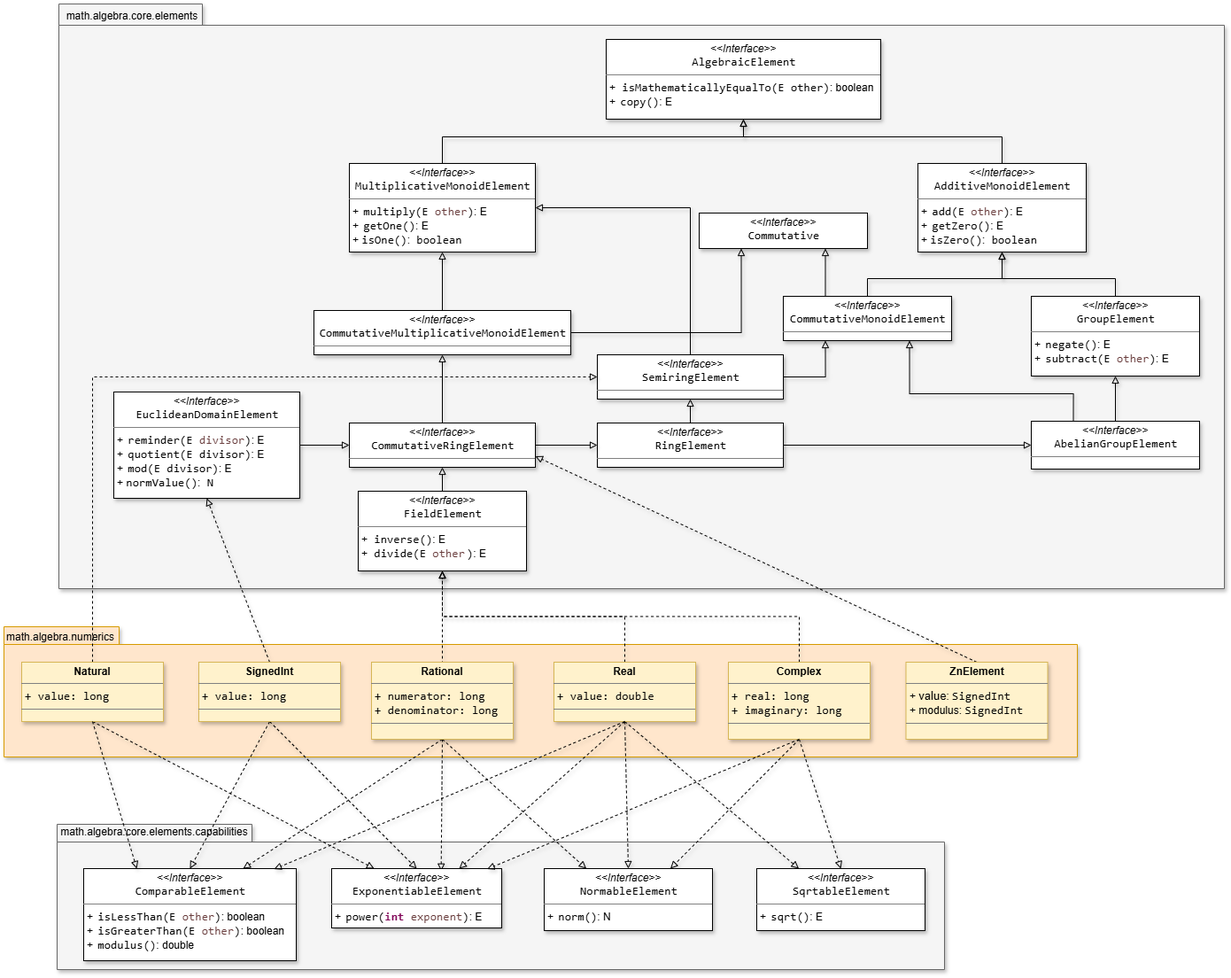
Before: resources/SMFN-algebra-elements.drawio.png, a diagram exported from draw.io (gom9000/SMFN). Source tidied: cells renumbered, new cells last; positions are measured from the earlier drawing's top-left corner, leaving out a move shared by most shapes.
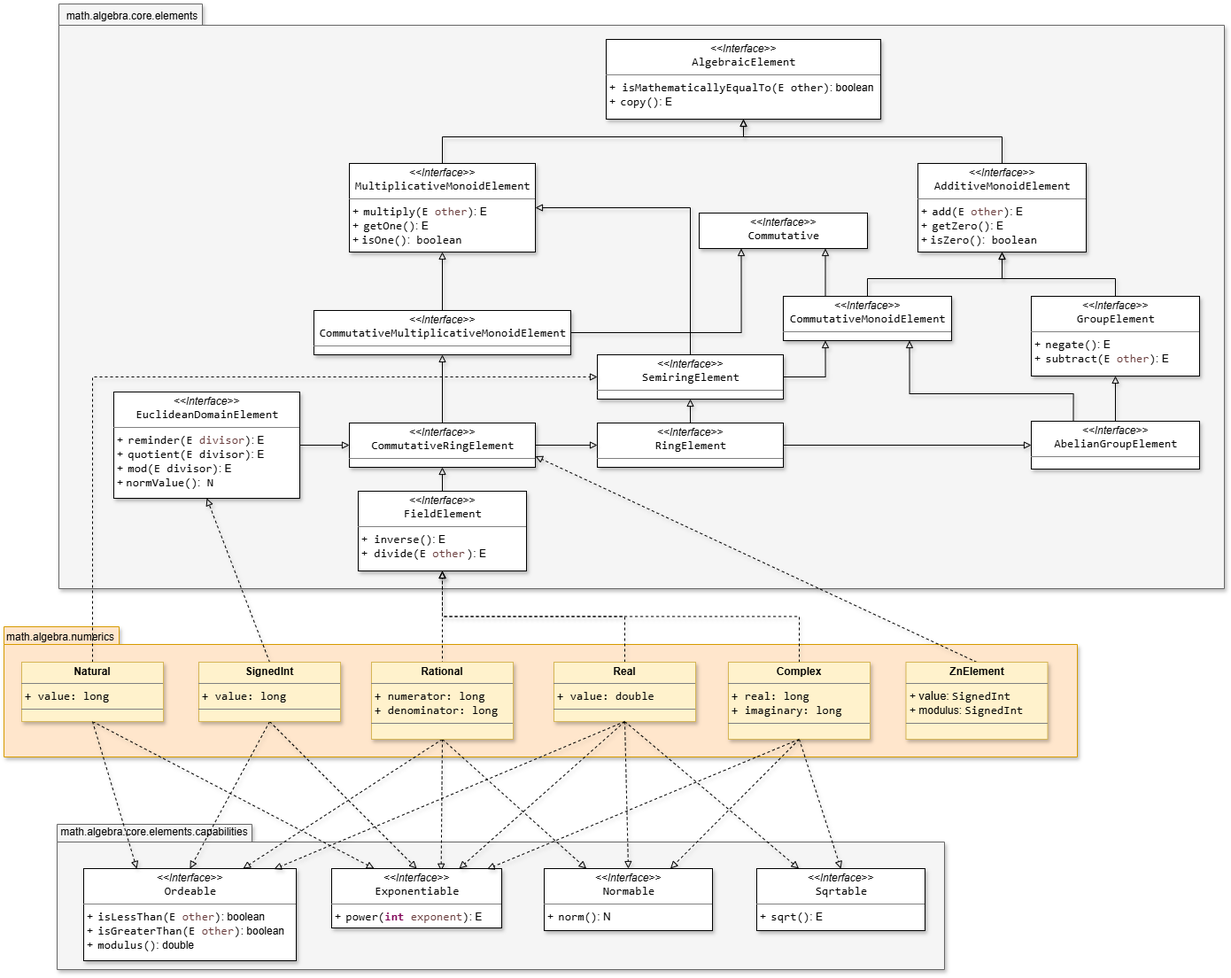
The same diagram one commit later.

The edit, as a diff of the source:
```diff
@@ -185,16 +185,16 @@
     <mxCell id="52" value="&lt;p style=&quot;margin:0px;margin-top:4px;text-align:center;&quot;&gt;&lt;b style=&quot;&quot;&gt;Complex&lt;/b&gt;&lt;/p&gt;&lt;hr size=&quot;1&quot; style=&quot;border-style:solid;&quot;&gt;&lt;p style=&quot;margin:0px;margin-left:4px;&quot;&gt;&lt;span style=&quot;color: light-dark(rgb(0, 0, 0), rgb(255, 255, 255)); font-family: Consolas; font-size: 10pt; white-space: pre; background-color: transparent;&quot;&gt;+ real: long&lt;/span&gt;&lt;/p&gt;&lt;p style=&quot;margin:0px;margin-left:4px;&quot;&gt;&lt;span style=&quot;color: light-dark(rgb(0, 0, 0), rgb(255, 255, 255)); font-family: Consolas; font-size: 10pt; white-space: pre;&quot;&gt;+ imaginary: long&lt;/span&gt;&lt;/p&gt;&lt;hr size=&quot;1&quot; style=&quot;border-style:solid;&quot;&gt;&lt;p style=&quot;margin:0px;margin-left:4px;&quot;&gt;&lt;br&gt;&lt;/p&gt;" style="verticalAlign=top;align=left;overflow=fill;html=1;whiteSpace=wrap;fillColor=#fff2cc;strokeColor=#d6b656;labelBackgroundColor=none;shadow=1;" parent="1" vertex="1">
       <mxGeometry x="818" y="744" width="160" height="87" as="geometry" />
     </mxCell>
-    <mxCell id="53" value="&lt;p style=&quot;margin:0px;margin-top:4px;text-align:center;&quot;&gt;&lt;i&gt;&amp;lt;&amp;lt;Interface&amp;gt;&amp;gt;&lt;/i&gt;&lt;br&gt;&lt;span style=&quot;padding: 0px 0px 0px 2px;&quot;&gt;&lt;span style=&quot;font-family: Consolas; font-size: 10pt; white-space: pre;&quot;&gt;&lt;span style=&quot;&quot;&gt;ComparableElement&lt;/span&gt;&lt;/span&gt;&lt;/span&gt;&lt;/p&gt;&lt;hr size=&quot;1&quot; style=&quot;border-style:solid;&quot;&gt;&lt;p style=&quot;margin:0px;margin-left:4px;&quot;&gt;&lt;/p&gt;&lt;p style=&quot;margin:0px;margin-left:4px;&quot;&gt;+&amp;nbsp;&lt;span style=&quot;padding: 0px 0px 0px 2px;&quot;&gt;&lt;span style=&quot;font-family: Consolas; font-size: 10pt; white-space: pre;&quot;&gt;&lt;span style=&quot;&quot;&gt;isLessThan&lt;/span&gt;(E &lt;span style=&quot;color:#6a3e3e;&quot;&gt;other&lt;/span&gt;)&lt;/span&gt;&lt;/span&gt;: boolean&lt;br&gt;+&amp;nbsp;&lt;span style=&quot;padding: 0px 0px 0px 2px;&quot;&gt;&lt;span style=&quot;font-family: Consolas; font-size: 10pt; white-space: pre;&quot;&gt;&lt;span style=&quot;&quot;&gt;isGreaterThan&lt;/span&gt;(E &lt;span style=&quot;color:#6a3e3e;&quot;&gt;other&lt;/span&gt;)&lt;/span&gt;&lt;/span&gt;: boolean&lt;/p&gt;&lt;p style=&quot;margin:0px;margin-left:4px;&quot;&gt;+&amp;nbsp;&lt;span style=&quot;padding: 0px 0px 0px 2px;&quot;&gt;&lt;span style=&quot;font-family: Consolas; font-size: 10pt; white-space: pre;&quot;&gt;modulus()&lt;/span&gt;&lt;/span&gt;: double&lt;/p&gt;" style="verticalAlign=top;align=left;overflow=fill;html=1;whiteSpace=wrap;labelBackgroundColor=none;shadow=1;" parent="1" vertex="1">
+    <mxCell id="53" value="&lt;p style=&quot;margin:0px;margin-top:4px;text-align:center;&quot;&gt;&lt;i&gt;&amp;lt;&amp;lt;Interface&amp;gt;&amp;gt;&lt;/i&gt;&lt;br&gt;&lt;span style=&quot;padding: 0px 0px 0px 2px;&quot;&gt;&lt;span style=&quot;font-family: Consolas; font-size: 10pt; white-space: pre;&quot;&gt;&lt;span style=&quot;&quot;&gt;Ordeable&lt;/span&gt;&lt;/span&gt;&lt;/span&gt;&lt;/p&gt;&lt;hr size=&quot;1&quot; style=&quot;border-style:solid;&quot;&gt;&lt;p style=&quot;margin:0px;margin-left:4px;&quot;&gt;&lt;/p&gt;&lt;p style=&quot;margin:0px;margin-left:4px;&quot;&gt;+&amp;nbsp;&lt;span style=&quot;padding: 0px 0px 0px 2px;&quot;&gt;&lt;span style=&quot;font-family: Consolas; font-size: 10pt; white-space: pre;&quot;&gt;&lt;span style=&quot;&quot;&gt;isLessThan&lt;/span&gt;(E &lt;span style=&quot;color:#6a3e3e;&quot;&gt;other&lt;/span&gt;)&lt;/span&gt;&lt;/span&gt;: boolean&lt;br&gt;+&amp;nbsp;&lt;span style=&quot;padding: 0px 0px 0px 2px;&quot;&gt;&lt;span style=&quot;font-family: Consolas; font-size: 10pt; white-space: pre;&quot;&gt;&lt;span style=&quot;&quot;&gt;isGreaterThan&lt;/span&gt;(E &lt;span style=&quot;color:#6a3e3e;&quot;&gt;other&lt;/span&gt;)&lt;/span&gt;&lt;/span&gt;: boolean&lt;/p&gt;&lt;p style=&quot;margin:0px;margin-left:4px;&quot;&gt;+&amp;nbsp;&lt;span style=&quot;padding: 0px 0px 0px 2px;&quot;&gt;&lt;span style=&quot;font-family: Consolas; font-size: 10pt; white-space: pre;&quot;&gt;modulus()&lt;/span&gt;&lt;/span&gt;: double&lt;/p&gt;" style="verticalAlign=top;align=left;overflow=fill;html=1;whiteSpace=wrap;labelBackgroundColor=none;shadow=1;" parent="1" vertex="1">
       <mxGeometry x="90" y="977" width="240" height="104" as="geometry" />
     </mxCell>
-    <mxCell id="54" value="&lt;p style=&quot;margin:0px;margin-top:4px;text-align:center;&quot;&gt;&lt;i&gt;&amp;lt;&amp;lt;Interface&amp;gt;&amp;gt;&lt;/i&gt;&lt;br&gt;&lt;span style=&quot;padding: 0px 0px 0px 2px;&quot;&gt;&lt;span style=&quot;font-family: Consolas; font-size: 10pt; white-space: pre;&quot;&gt;&lt;span style=&quot;&quot;&gt;ExponentiableElement&lt;/span&gt;&lt;/span&gt;&lt;/span&gt;&lt;/p&gt;&lt;hr size=&quot;1&quot; style=&quot;border-style:solid;&quot;&gt;&lt;p style=&quot;margin:0px;margin-left:4px;&quot;&gt;&lt;/p&gt;&lt;p style=&quot;margin:0px;margin-left:4px;&quot;&gt;+&amp;nbsp;&lt;span style=&quot;padding: 0px 0px 0px 2px;&quot;&gt;&lt;span style=&quot;font-family: Consolas; font-size: 10pt; white-space: pre;&quot;&gt;&lt;span style=&quot;&quot;&gt;power&lt;/span&gt;(&lt;span style=&quot;color:#7f0055;font-weight:bold;&quot;&gt;int&lt;/span&gt; &lt;span style=&quot;color:#6a3e3e;&quot;&gt;exponent&lt;/span&gt;)&lt;/span&gt;&lt;/span&gt;: E&lt;/p&gt;" style="verticalAlign=top;align=left;overflow=fill;html=1;whiteSpace=wrap;labelBackgroundColor=none;shadow=1;" parent="1" vertex="1">
+    <mxCell id="54" value="&lt;p style=&quot;margin:0px;margin-top:4px;text-align:center;&quot;&gt;&lt;i&gt;&amp;lt;&amp;lt;Interface&amp;gt;&amp;gt;&lt;/i&gt;&lt;br&gt;&lt;span style=&quot;padding: 0px 0px 0px 2px;&quot;&gt;&lt;span style=&quot;font-family: Consolas; font-size: 10pt; white-space: pre;&quot;&gt;&lt;span style=&quot;&quot;&gt;Exponentiable&lt;/span&gt;&lt;/span&gt;&lt;/span&gt;&lt;/p&gt;&lt;hr size=&quot;1&quot; style=&quot;border-style:solid;&quot;&gt;&lt;p style=&quot;margin:0px;margin-left:4px;&quot;&gt;&lt;/p&gt;&lt;p style=&quot;margin:0px;margin-left:4px;&quot;&gt;+&amp;nbsp;&lt;span style=&quot;padding: 0px 0px 0px 2px;&quot;&gt;&lt;span style=&quot;font-family: Consolas; font-size: 10pt; white-space: pre;&quot;&gt;&lt;span style=&quot;&quot;&gt;power&lt;/span&gt;(&lt;span style=&quot;color:#7f0055;font-weight:bold;&quot;&gt;int&lt;/span&gt; &lt;span style=&quot;color:#6a3e3e;&quot;&gt;exponent&lt;/span&gt;)&lt;/span&gt;&lt;/span&gt;: E&lt;/p&gt;" style="verticalAlign=top;align=left;overflow=fill;html=1;whiteSpace=wrap;labelBackgroundColor=none;shadow=1;" parent="1" vertex="1">
       <mxGeometry x="370" y="977" width="192" height="67" as="geometry" />
     </mxCell>
-    <mxCell id="55" value="&lt;p style=&quot;margin:0px;margin-top:4px;text-align:center;&quot;&gt;&lt;i&gt;&amp;lt;&amp;lt;Interface&amp;gt;&amp;gt;&lt;/i&gt;&lt;br&gt;&lt;span style=&quot;padding: 0px 0px 0px 2px;&quot;&gt;&lt;span style=&quot;font-family: Consolas; font-size: 10pt; white-space: pre;&quot;&gt;&lt;span style=&quot;&quot;&gt;NormableElement&lt;/span&gt;&lt;/span&gt;&lt;/span&gt;&lt;/p&gt;&lt;hr size=&quot;1&quot; style=&quot;border-style:solid;&quot;&gt;&lt;p style=&quot;margin:0px;margin-left:4px;&quot;&gt;&lt;/p&gt;&lt;p style=&quot;margin:0px;margin-left:4px;&quot;&gt;+&amp;nbsp;&lt;span style=&quot;padding: 0px 0px 0px 2px;&quot;&gt;&lt;span style=&quot;font-family: Consolas; font-size: 10pt; white-space: pre;&quot;&gt;&lt;span style=&quot;&quot;&gt;norm&lt;/span&gt;()&lt;/span&gt;&lt;/span&gt;: N&lt;/p&gt;" style="verticalAlign=top;align=left;overflow=fill;html=1;whiteSpace=wrap;labelBackgroundColor=none;shadow=1;" parent="1" vertex="1">
+    <mxCell id="55" value="&lt;p style=&quot;margin:0px;margin-top:4px;text-align:center;&quot;&gt;&lt;i&gt;&amp;lt;&amp;lt;Interface&amp;gt;&amp;gt;&lt;/i&gt;&lt;br&gt;&lt;span style=&quot;padding: 0px 0px 0px 2px;&quot;&gt;&lt;span style=&quot;font-family: Consolas; font-size: 10pt; white-space: pre;&quot;&gt;&lt;span style=&quot;&quot;&gt;Normable&lt;/span&gt;&lt;/span&gt;&lt;/span&gt;&lt;/p&gt;&lt;hr size=&quot;1&quot; style=&quot;border-style:solid;&quot;&gt;&lt;p style=&quot;margin:0px;margin-left:4px;&quot;&gt;&lt;/p&gt;&lt;p style=&quot;margin:0px;margin-left:4px;&quot;&gt;+&amp;nbsp;&lt;span style=&quot;padding: 0px 0px 0px 2px;&quot;&gt;&lt;span style=&quot;font-family: Consolas; font-size: 10pt; white-space: pre;&quot;&gt;&lt;span style=&quot;&quot;&gt;norm&lt;/span&gt;()&lt;/span&gt;&lt;/span&gt;: N&lt;/p&gt;" style="verticalAlign=top;align=left;overflow=fill;html=1;whiteSpace=wrap;labelBackgroundColor=none;shadow=1;" parent="1" vertex="1">
       <mxGeometry x="610" y="977" width="190" height="70" as="geometry" />
     </mxCell>
-    <mxCell id="56" value="&lt;p style=&quot;margin:0px;margin-top:4px;text-align:center;&quot;&gt;&lt;i&gt;&amp;lt;&amp;lt;Interface&amp;gt;&amp;gt;&lt;/i&gt;&lt;br&gt;&lt;span style=&quot;padding: 0px 0px 0px 2px;&quot;&gt;&lt;span style=&quot;font-family: Consolas; font-size: 10pt; white-space: pre;&quot;&gt;&lt;span style=&quot;&quot;&gt;SqrtableElement&lt;/span&gt;&lt;/span&gt;&lt;/span&gt;&lt;/p&gt;&lt;hr size=&quot;1&quot; style=&quot;border-style:solid;&quot;&gt;&lt;p style=&quot;margin:0px;margin-left:4px;&quot;&gt;&lt;/p&gt;&lt;p style=&quot;margin:0px;margin-left:4px;&quot;&gt;+&amp;nbsp;&lt;span style=&quot;padding: 0px 0px 0px 2px;&quot;&gt;&lt;span style=&quot;font-family: Consolas; font-size: 10pt; white-space: pre;&quot;&gt;&lt;span style=&quot;&quot;&gt;sqrt&lt;/span&gt;()&lt;/span&gt;&lt;/span&gt;: E&lt;/p&gt;" style="verticalAlign=top;align=left;overflow=fill;html=1;whiteSpace=wrap;labelBackgroundColor=none;shadow=1;" parent="1" vertex="1">
+    <mxCell id="56" value="&lt;p style=&quot;margin:0px;margin-top:4px;text-align:center;&quot;&gt;&lt;i&gt;&amp;lt;&amp;lt;Interface&amp;gt;&amp;gt;&lt;/i&gt;&lt;br&gt;&lt;span style=&quot;padding: 0px 0px 0px 2px;&quot;&gt;&lt;span style=&quot;font-family: Consolas; font-size: 10pt; white-space: pre;&quot;&gt;&lt;span style=&quot;&quot;&gt;Sqrtable&lt;/span&gt;&lt;/span&gt;&lt;/span&gt;&lt;/p&gt;&lt;hr size=&quot;1&quot; style=&quot;border-style:solid;&quot;&gt;&lt;p style=&quot;margin:0px;margin-left:4px;&quot;&gt;&lt;/p&gt;&lt;p style=&quot;margin:0px;margin-left:4px;&quot;&gt;+&amp;nbsp;&lt;span style=&quot;padding: 0px 0px 0px 2px;&quot;&gt;&lt;span style=&quot;font-family: Consolas; font-size: 10pt; white-space: pre;&quot;&gt;&lt;span style=&quot;&quot;&gt;sqrt&lt;/span&gt;()&lt;/span&gt;&lt;/span&gt;: E&lt;/p&gt;" style="verticalAlign=top;align=left;overflow=fill;html=1;whiteSpace=wrap;labelBackgroundColor=none;shadow=1;" parent="1" vertex="1">
       <mxGeometry x="850" y="977" width="190" height="70" as="geometry" />
     </mxCell>
     <mxCell id="57" style="rounded=0;jettySize=auto;html=1;exitX=0.5;exitY=1;exitDx=0;exitDy=0;entryX=0.896;entryY=0.006;entryDx=0;entryDy=0;entryPerimeter=0;dashed=1;strokeColor=default;align=center;verticalAlign=middle;fontFamily=Helvetica;fontSize=11;fontColor=default;labelBackgroundColor=none;endArrow=block;endFill=0;shadow=1;" parent="1" edge="1" source="43" target="53">
```
